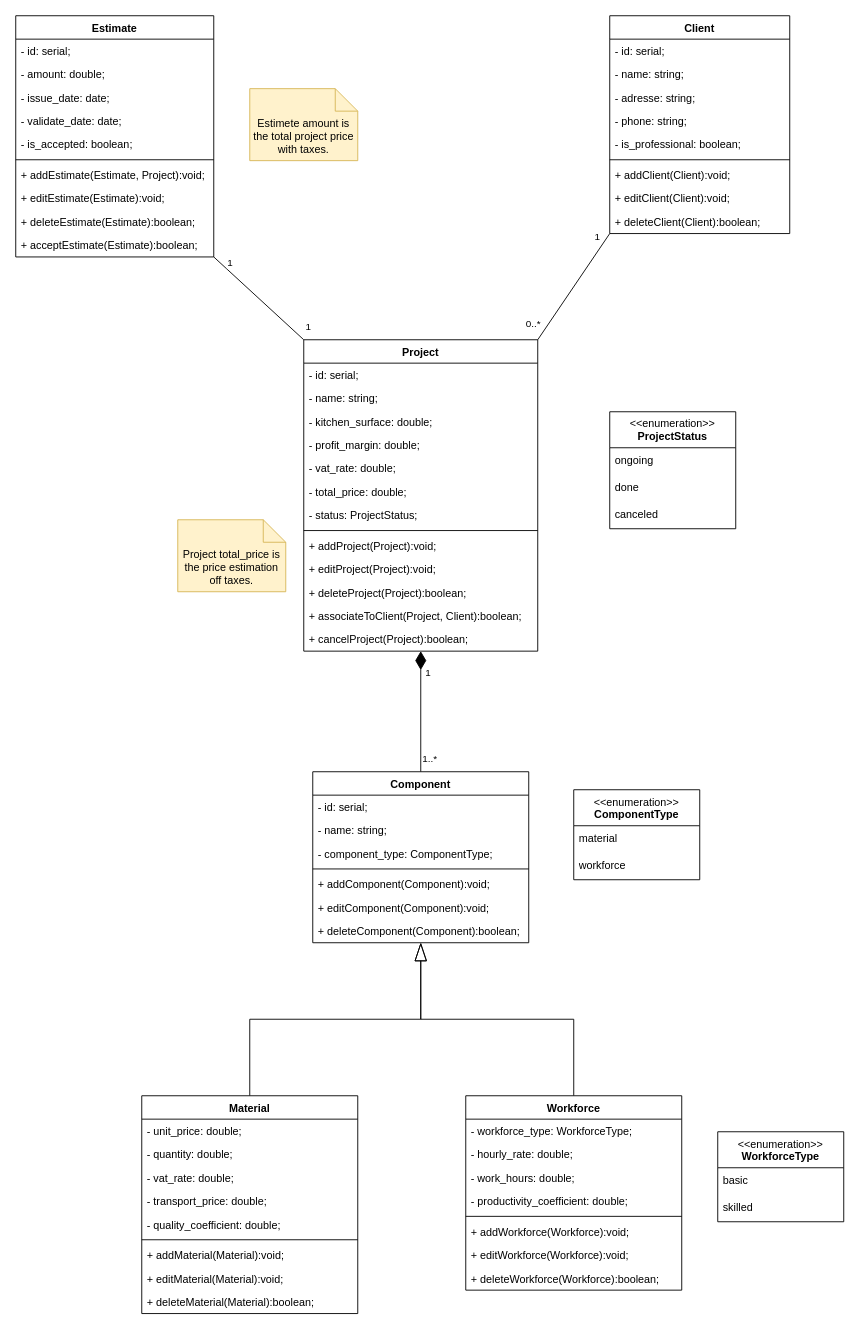
berghach/BatiCuisine keeps this draw.io diagram as BatiCuisine.drawio. Above is the earlier version. Source tidied: cells renumbered, new cells numbered last; positions are measured from the earlier drawing's top-left corner, leaving out a move shared by most shapes. Both pictures are drawn from the tidied source at 90%, with x=0, y=0 at pixel (15, 15).
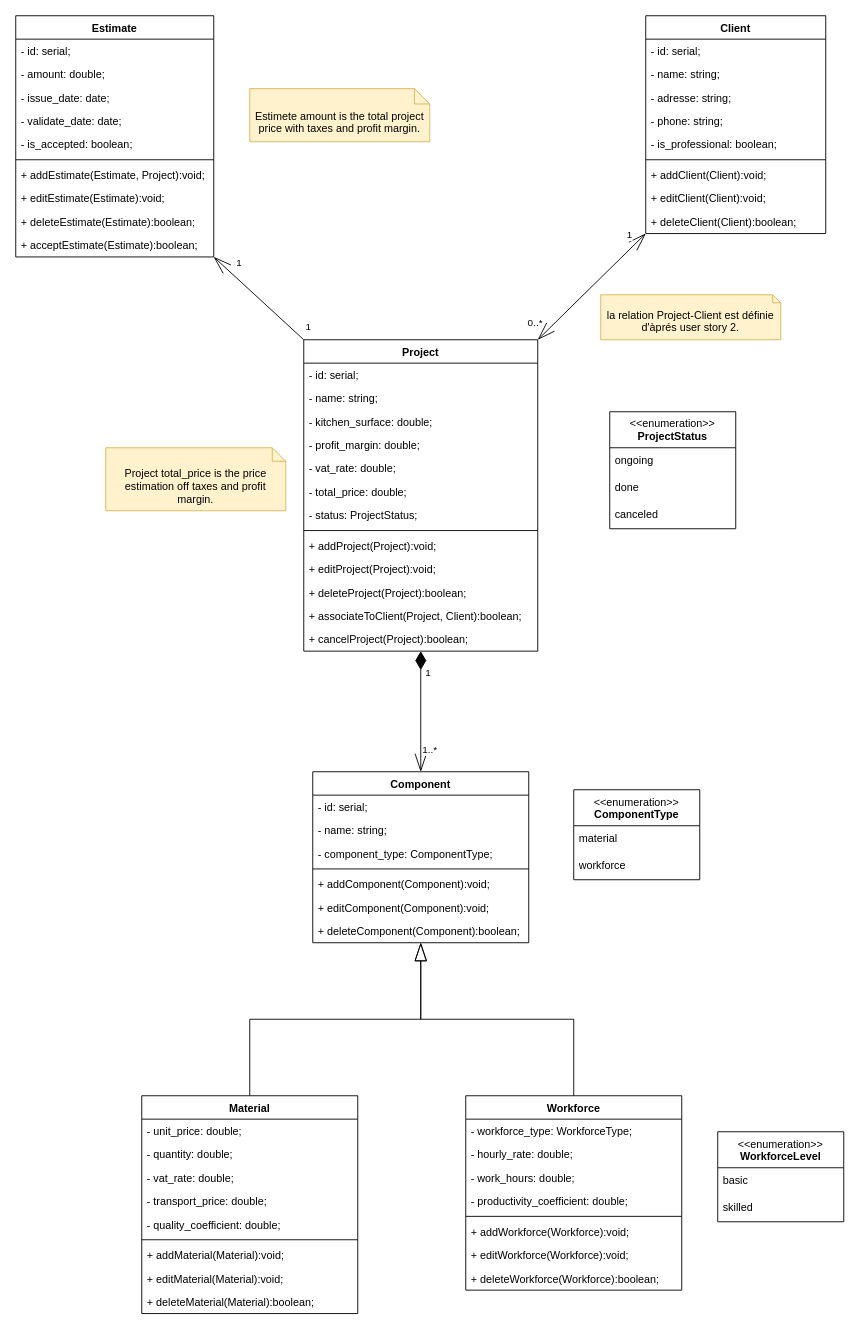
The same page after the edit.

Commit message (it also covers changes not shown here):
BAT-3 created the DB, inserted some fake datas for testing and updated the relationships in the class diagram.

The change refers to these unchanged cells:
```xml
<mxCell id="5" value="Project" style="swimlane;fontStyle=1;align=center;verticalAlign=top;horizontal=1;startSize=26;whiteSpace=wrap;html=1;" parent="1" vertex="1">
  <mxGeometry x="320" y="360" width="260" height="346" as="geometry" />
</mxCell>
<mxCell id="22" value="&lt;span style=&quot;text-align: left;&quot;&gt;Component&lt;/span&gt;" style="swimlane;fontStyle=1;align=center;verticalAlign=top;horizontal=1;startSize=26;whiteSpace=wrap;html=1;" parent="1" vertex="1">
  <mxGeometry x="330" y="840" width="240" height="190" as="geometry" />
</mxCell>
<mxCell id="75" value="Estimate" style="swimlane;fontStyle=1;align=center;verticalAlign=top;horizontal=1;startSize=26;whiteSpace=wrap;html=1;" parent="1" vertex="1">
  <mxGeometry width="220" height="268" as="geometry" />
</mxCell>
```

Change to the diagram source:
```diff
@@
-    <mxCell id="2" style="rounded=0;jettySize=auto;html=1;exitX=0;exitY=0;exitDx=0;exitDy=0;entryX=1;entryY=1;entryDx=0;entryDy=0;endArrow=none;endFill=0;" parent="1" edge="1" source="5" target="75">
+    <mxCell id="2" style="rounded=0;jettySize=auto;html=1;exitX=0;exitY=0;exitDx=0;exitDy=0;entryX=1;entryY=1;entryDx=0;entryDy=0;endArrow=openThin;endFill=0;endSize=18;startArrow=none;startFill=0;" parent="1" edge="1" source="5" target="75">
       <mxGeometry relative="1" as="geometry" />
     </mxCell>
     <mxCell id="3" value="1" style="edgeLabel;html=1;align=center;verticalAlign=middle;" parent="2" vertex="1">
       <mxGeometry x="0.85" relative="1" as="geometry">
-        <mxPoint x="10" as="offset" />
+        <mxPoint x="20" as="offset" />
       </mxGeometry>
     </mxCell>
@@
-    <mxCell id="19" style="rounded=0;jettySize=auto;html=1;exitX=0.5;exitY=0;exitDx=0;exitDy=0;entryX=0.5;entryY=1;entryDx=0;entryDy=0;endArrow=diamondThin;endFill=1;endSize=18;" parent="1" edge="1" source="22" target="5">
+    <mxCell id="19" style="rounded=0;jettySize=auto;html=1;exitX=0.5;exitY=0;exitDx=0;exitDy=0;entryX=0.5;entryY=1;entryDx=0;entryDy=0;endArrow=diamondThin;endFill=1;endSize=18;startArrow=openThin;startFill=0;startSize=18;" parent="1" edge="1" source="22" target="5">
       <mxGeometry relative="1" as="geometry" />
     </mxCell>
@@
     <mxCell id="21" value="1..*" style="edgeLabel;html=1;align=center;verticalAlign=middle;" parent="19" vertex="1">
       <mxGeometry x="-0.78" y="1" relative="1" as="geometry">
-        <mxPoint x="10" as="offset" />
+        <mxPoint x="10" y="-10" as="offset" />
       </mxGeometry>
     </mxCell>
@@
-    <mxCell id="58" value="&amp;lt;&amp;lt;enumeration&amp;gt;&amp;gt;&lt;br&gt;&lt;span style=&quot;text-align: left;&quot;&gt;&lt;b&gt;WorkforceType&lt;/b&gt;&lt;/span&gt;" style="swimlane;fontStyle=0;align=center;verticalAlign=top;horizontal=1;startSize=40;html=1;whiteSpace=wrap;" parent="1" vertex="1">
+    <mxCell id="58" value="&amp;lt;&amp;lt;enumeration&amp;gt;&amp;gt;&lt;br&gt;&lt;span style=&quot;text-align: left;&quot;&gt;&lt;b&gt;WorkforceLevel&lt;/b&gt;&lt;/span&gt;" style="swimlane;fontStyle=0;align=center;verticalAlign=top;horizontal=1;startSize=40;html=1;whiteSpace=wrap;" parent="1" vertex="1">
       <mxGeometry x="780" y="1240" width="140" height="100" as="geometry" />
     </mxCell>
@@
-    <mxCell id="61" style="rounded=0;jettySize=auto;html=1;exitX=0;exitY=1;exitDx=0;exitDy=0;entryX=1;entryY=0;entryDx=0;entryDy=0;endArrow=none;endFill=0;" parent="1" edge="1" source="64" target="5">
+    <mxCell id="61" style="rounded=0;jettySize=auto;html=1;exitX=0;exitY=1;exitDx=0;exitDy=0;entryX=1;entryY=0;entryDx=0;entryDy=0;endArrow=openThin;endFill=0;startArrow=openThin;startFill=0;endSize=18;startSize=18;" parent="1" edge="1" source="64" target="5">
       <mxGeometry relative="1" as="geometry" />
     </mxCell>
     <mxCell id="62" value="1" style="edgeLabel;html=1;align=center;verticalAlign=middle;" parent="61" vertex="1">
       <mxGeometry x="-0.91" y="-3" relative="1" as="geometry">
-        <mxPoint x="-9" as="offset" />
+        <mxPoint x="-11" y="-2" as="offset" />
       </mxGeometry>
     </mxCell>
     <mxCell id="63" value="0..*" style="edgeLabel;html=1;align=center;verticalAlign=middle;" parent="61" vertex="1">
       <mxGeometry x="0.86" y="-1" relative="1" as="geometry">
-        <mxPoint x="-10" y="-10" as="offset" />
+        <mxPoint x="-11" y="-11" as="offset" />
       </mxGeometry>
     </mxCell>
     <mxCell id="64" value="Client" style="swimlane;fontStyle=1;align=center;verticalAlign=top;horizontal=1;startSize=26;whiteSpace=wrap;html=1;" parent="1" vertex="1">
-      <mxGeometry x="660" width="200" height="242" as="geometry" />
+      <mxGeometry x="700" width="200" height="242" as="geometry" />
     </mxCell>
@@
-    <mxCell id="74" value="Project total_price is the price estimation off taxes." style="shape=note2;boundedLbl=1;whiteSpace=wrap;html=1;size=25;verticalAlign=top;align=center;fillColor=#fff2cc;strokeColor=#d6b656;" parent="1" vertex="1">
-      <mxGeometry x="180" y="560" width="120" height="80" as="geometry" />
+    <mxCell id="74" value="Project total_price is the price estimation off taxes and profit margin." style="shape=note2;boundedLbl=1;whiteSpace=wrap;html=1;size=15;verticalAlign=top;align=center;fillColor=#fff2cc;strokeColor=#d6b656;" parent="1" vertex="1">
+      <mxGeometry x="100" y="480" width="200" height="70" as="geometry" />
     </mxCell>
@@
-    <mxCell id="86" value="Estimete amount is the total project price with taxes." style="shape=note2;boundedLbl=1;whiteSpace=wrap;html=1;size=25;verticalAlign=top;align=center;fillColor=#fff2cc;strokeColor=#d6b656;" parent="1" vertex="1">
-      <mxGeometry x="260" y="81" width="120" height="80" as="geometry" />
+    <mxCell id="86" value="Estimete amount is the total project price with taxes and profit margin." style="shape=note2;boundedLbl=1;whiteSpace=wrap;html=1;size=17;verticalAlign=top;align=center;fillColor=#fff2cc;strokeColor=#d6b656;" parent="1" vertex="1">
+      <mxGeometry x="260" y="81" width="200" height="59" as="geometry" />
     </mxCell>
+    <mxCell id="87" value="la relation Project-Client est définie d'àprés user story 2." style="shape=note2;boundedLbl=1;whiteSpace=wrap;html=1;size=9;verticalAlign=top;align=center;fillColor=#fff2cc;strokeColor=#d6b656;" parent="1" vertex="1">
+      <mxGeometry x="650" y="310" width="200" height="50" as="geometry" />
+    </mxCell>
```
